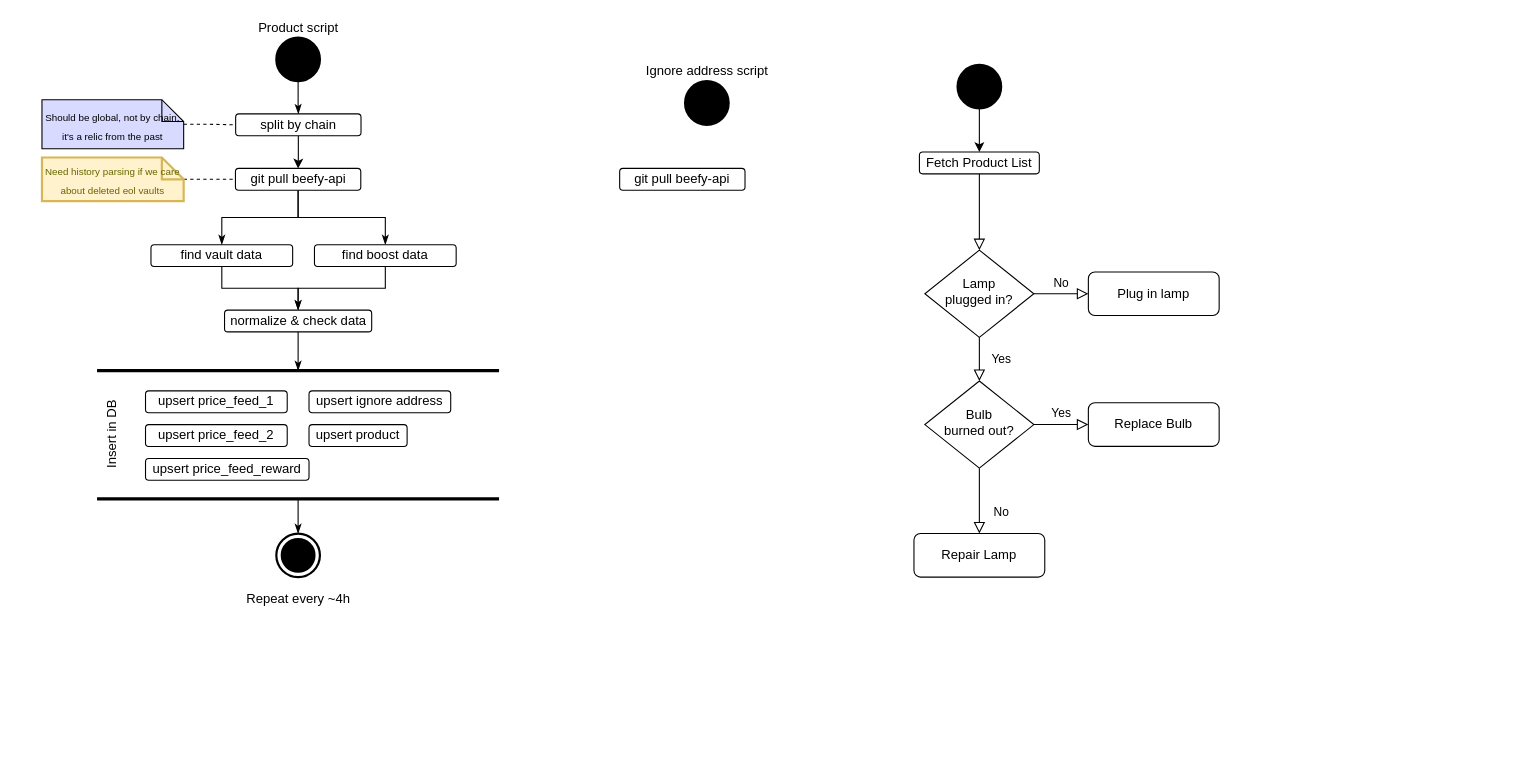
Before: Untitled Diagram.drawio in beefyfinance/beefy-bi, a draw.io diagram. Source tidied: cells renumbered, new cells numbered last; positions are measured from the earlier drawing's top-left corner, leaving out a move shared by most shapes. Both pictures are drawn from the tidied source at 109%, with x=0, y=0 at pixel (41, 37).
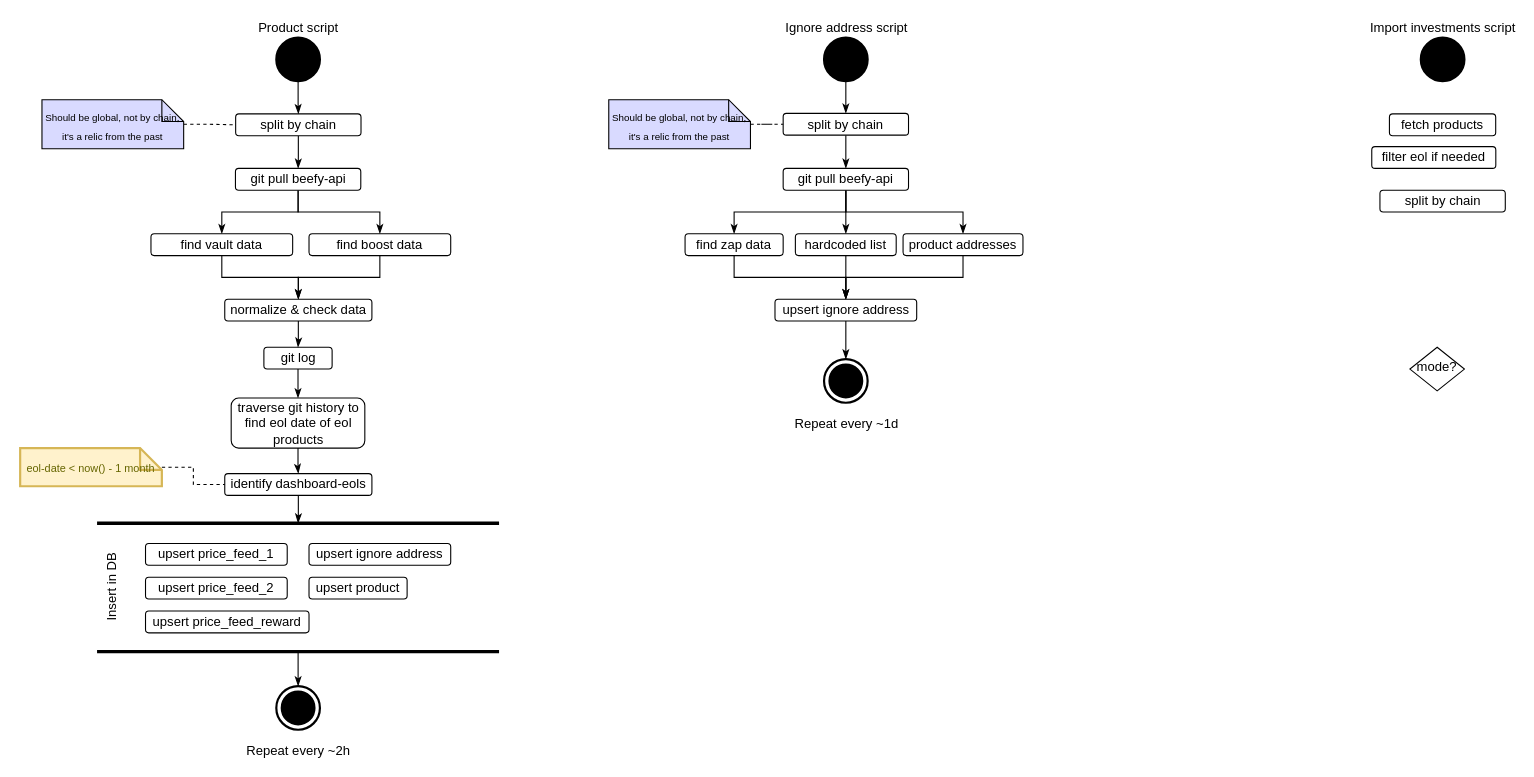
After the change.

Unchanged cells that the change refers to:
```xml
<mxCell id="20" value="git pull beefy-api" style="rounded=1;whiteSpace=wrap;html=1;fontSize=12;glass=0;strokeWidth=1;shadow=0;" parent="1" vertex="1">
  <mxGeometry x="177.5" y="120" width="115" height="20" as="geometry" />
</mxCell>
<mxCell id="41" value="split by chain" style="rounded=1;whiteSpace=wrap;html=1;fontSize=12;glass=0;strokeWidth=1;shadow=0;" parent="1" vertex="1">
  <mxGeometry x="177.7" y="70" width="115" height="20" as="geometry" />
</mxCell>
```

Change to the diagram source:
```diff
@@
-    <mxCell id="2" style="rounded=0;html=1;jettySize=auto;fontSize=11;endArrow=block;endFill=0;endSize=8;strokeWidth=1;shadow=0;labelBackgroundColor=none;edgeStyle=orthogonalEdgeStyle;" parent="1" edge="1" source="3" target="6">
-      <mxGeometry relative="1" as="geometry" />
-    </mxCell>
-    <mxCell id="3" value="Fetch Product List" style="rounded=1;whiteSpace=wrap;html=1;fontSize=12;glass=0;strokeWidth=1;shadow=0;" parent="1" vertex="1">
-      <mxGeometry x="805" y="105" width="110" height="20" as="geometry" />
-    </mxCell>
-    <mxCell id="4" value="Yes" style="rounded=0;html=1;jettySize=auto;fontSize=11;endArrow=block;endFill=0;endSize=8;strokeWidth=1;shadow=0;labelBackgroundColor=none;edgeStyle=orthogonalEdgeStyle;" parent="1" edge="1" source="6" target="10">
-      <mxGeometry y="20" relative="1" as="geometry" />
-    </mxCell>
-    <mxCell id="5" value="No" style="edgeStyle=orthogonalEdgeStyle;rounded=0;html=1;jettySize=auto;fontSize=11;endArrow=block;endFill=0;endSize=8;strokeWidth=1;shadow=0;labelBackgroundColor=none;" parent="1" edge="1" source="6" target="7">
-      <mxGeometry y="10" relative="1" as="geometry" />
-    </mxCell>
-    <mxCell id="6" value="Lamp&lt;br&gt;plugged in?" style="rhombus;whiteSpace=wrap;html=1;shadow=0;fontFamily=Helvetica;fontSize=12;align=center;strokeWidth=1;spacing=6;spacingTop=-4;" parent="1" vertex="1">
-      <mxGeometry x="810" y="195" width="100" height="80" as="geometry" />
-    </mxCell>
-    <mxCell id="7" value="Plug in lamp" style="rounded=1;whiteSpace=wrap;html=1;fontSize=12;glass=0;strokeWidth=1;shadow=0;" parent="1" vertex="1">
-      <mxGeometry x="960" y="215" width="120" height="40" as="geometry" />
-    </mxCell>
-    <mxCell id="8" value="No" style="rounded=0;html=1;jettySize=auto;fontSize=11;endArrow=block;endFill=0;endSize=8;strokeWidth=1;shadow=0;labelBackgroundColor=none;edgeStyle=orthogonalEdgeStyle;" parent="1" edge="1" source="10" target="11">
-      <mxGeometry x="0.33" y="20" relative="1" as="geometry" />
-    </mxCell>
-    <mxCell id="9" value="Yes" style="edgeStyle=orthogonalEdgeStyle;rounded=0;html=1;jettySize=auto;fontSize=11;endArrow=block;endFill=0;endSize=8;strokeWidth=1;shadow=0;labelBackgroundColor=none;" parent="1" edge="1" source="10" target="12">
-      <mxGeometry y="10" relative="1" as="geometry" />
-    </mxCell>
-    <mxCell id="10" value="Bulb&lt;br&gt;burned out?" style="rhombus;whiteSpace=wrap;html=1;shadow=0;fontFamily=Helvetica;fontSize=12;align=center;strokeWidth=1;spacing=6;spacingTop=-4;" parent="1" vertex="1">
-      <mxGeometry x="810" y="315" width="100" height="80" as="geometry" />
-    </mxCell>
-    <mxCell id="11" value="Repair Lamp" style="rounded=1;whiteSpace=wrap;html=1;fontSize=12;glass=0;strokeWidth=1;shadow=0;" parent="1" vertex="1">
-      <mxGeometry x="800" y="455" width="120" height="40" as="geometry" />
-    </mxCell>
-    <mxCell id="12" value="Replace Bulb" style="rounded=1;whiteSpace=wrap;html=1;fontSize=12;glass=0;strokeWidth=1;shadow=0;" parent="1" vertex="1">
-      <mxGeometry x="960" y="335" width="120" height="40" as="geometry" />
-    </mxCell>
-    <mxCell id="13" style="edgeStyle=orthogonalEdgeStyle;rounded=0;jettySize=auto;html=1;" parent="1" edge="1" source="14" target="3">
-      <mxGeometry relative="1" as="geometry" />
-    </mxCell>
-    <mxCell id="14" style="shape=ellipse;html=1;fillColor=strokeColor;strokeWidth=2;verticalLabelPosition=bottom;verticalAlignment=top;perimeter=ellipsePerimeter;" parent="1" vertex="1">
-      <mxGeometry x="840" y="25" width="40" height="40" as="geometry" />
-    </mxCell>
@@
     <mxCell id="17" value="upsert product" style="rounded=1;whiteSpace=wrap;html=1;fontSize=12;glass=0;strokeWidth=1;shadow=0;" parent="1" vertex="1">
-      <mxGeometry x="245" y="355.1" width="90" height="20" as="geometry" />
+      <mxGeometry x="245" y="495.1" width="90" height="20" as="geometry" />
     </mxCell>
-    <mxCell id="18" style="edgeStyle=orthogonalEdgeStyle;rounded=0;jettySize=auto;html=1;endArrow=classicThin;endFill=1;" parent="1" edge="1" source="20" target="22">
+    <mxCell id="18" style="edgeStyle=orthogonalEdgeStyle;shape=connector;rounded=0;jettySize=auto;html=1;labelBackgroundColor=default;strokeColor=default;fontFamily=Helvetica;fontSize=11;fontColor=default;endArrow=classicThin;endFill=1;" parent="1" edge="1" source="20" target="22">
       <mxGeometry relative="1" as="geometry" />
     </mxCell>
-    <mxCell id="19" style="edgeStyle=orthogonalEdgeStyle;rounded=0;jettySize=auto;html=1;endArrow=classicThin;endFill=1;" parent="1" edge="1" source="20" target="32">
+    <mxCell id="19" style="edgeStyle=orthogonalEdgeStyle;shape=connector;rounded=0;jettySize=auto;html=1;labelBackgroundColor=default;strokeColor=default;fontFamily=Helvetica;fontSize=11;fontColor=default;endArrow=classicThin;endFill=1;" parent="1" edge="1" source="20" target="32">
       <mxGeometry relative="1" as="geometry" />
     </mxCell>
@@
-    <mxCell id="21" style="edgeStyle=orthogonalEdgeStyle;rounded=0;jettySize=auto;html=1;endArrow=classicThin;endFill=1;" parent="1" edge="1" source="22" target="34">
+    <mxCell id="21" style="edgeStyle=orthogonalEdgeStyle;shape=connector;rounded=0;jettySize=auto;html=1;labelBackgroundColor=default;strokeColor=default;fontFamily=Helvetica;fontSize=11;fontColor=default;endArrow=classicThin;endFill=1;" parent="1" edge="1" source="22" target="34">
       <mxGeometry relative="1" as="geometry" />
     </mxCell>
     <mxCell id="22" value="find vault data" style="rounded=1;whiteSpace=wrap;html=1;fontSize=12;glass=0;strokeWidth=1;shadow=0;" parent="1" vertex="1">
-      <mxGeometry x="100" y="190" width="130" height="20" as="geometry" />
+      <mxGeometry x="100" y="180" width="130" height="20" as="geometry" />
     </mxCell>
     <mxCell id="23" value="upsert&amp;nbsp;price_feed_1" style="rounded=1;whiteSpace=wrap;html=1;fontSize=12;glass=0;strokeWidth=1;shadow=0;" parent="1" vertex="1">
-      <mxGeometry x="95" y="324.1" width="130" height="20" as="geometry" />
+      <mxGeometry x="95" y="464.1" width="130" height="20" as="geometry" />
     </mxCell>
-    <mxCell id="24" style="edgeStyle=orthogonalEdgeStyle;rounded=0;jettySize=auto;html=1;endArrow=none;endFill=0;dashed=1;" parent="1" edge="1" source="25" target="20">
-      <mxGeometry relative="1" as="geometry" />
-    </mxCell>
-    <mxCell id="25" value="&lt;font style=&quot;font-size: 9px;&quot;&gt;Need history parsing if we care about deleted eol vaults&lt;/font&gt;" style="shape=note;strokeWidth=2;fontSize=14;size=20;whiteSpace=wrap;html=1;fillColor=#fff2cc;strokeColor=#d6b656;fontColor=#666600;" parent="1" vertex="1">
-      <mxGeometry y="110" width="130" height="40" as="geometry" />
-    </mxCell>
@@
     <mxCell id="27" value="Insert in DB" style="html=1;shape=mxgraph.sysml.actPart;strokeWidth=3;verticalAlign=top;rotation=-90;whiteSpace=wrap;" parent="1" vertex="1">
-      <mxGeometry x="176.1" y="180" width="117.7" height="368.8" as="geometry" />
+      <mxGeometry x="176.1" y="320" width="117.7" height="368.8" as="geometry" />
     </mxCell>
     <mxCell id="28" value="upsert&amp;nbsp;price_feed_2" style="rounded=1;whiteSpace=wrap;html=1;fontSize=12;glass=0;strokeWidth=1;shadow=0;" parent="1" vertex="1">
-      <mxGeometry x="95" y="355.1" width="130" height="20" as="geometry" />
+      <mxGeometry x="95" y="495.1" width="130" height="20" as="geometry" />
     </mxCell>
     <mxCell id="29" value="upsert price_feed_reward" style="rounded=1;whiteSpace=wrap;html=1;fontSize=12;glass=0;strokeWidth=1;shadow=0;" parent="1" vertex="1">
-      <mxGeometry x="95" y="386.1" width="150" height="20" as="geometry" />
+      <mxGeometry x="95" y="526.1" width="150" height="20" as="geometry" />
     </mxCell>
     <mxCell id="30" value="upsert ignore address" style="rounded=1;whiteSpace=wrap;html=1;fontSize=12;glass=0;strokeWidth=1;shadow=0;" parent="1" vertex="1">
-      <mxGeometry x="245" y="324.1" width="130" height="20" as="geometry" />
+      <mxGeometry x="245" y="464.1" width="130" height="20" as="geometry" />
     </mxCell>
-    <mxCell id="31" style="edgeStyle=orthogonalEdgeStyle;rounded=0;jettySize=auto;html=1;endArrow=classicThin;endFill=1;" parent="1" edge="1" source="32" target="34">
+    <mxCell id="31" style="edgeStyle=orthogonalEdgeStyle;shape=connector;rounded=0;jettySize=auto;html=1;labelBackgroundColor=default;strokeColor=default;fontFamily=Helvetica;fontSize=11;fontColor=default;endArrow=classicThin;endFill=1;" parent="1" edge="1" source="32" target="34">
       <mxGeometry relative="1" as="geometry" />
     </mxCell>
     <mxCell id="32" value="find boost data" style="rounded=1;whiteSpace=wrap;html=1;fontSize=12;glass=0;strokeWidth=1;shadow=0;" parent="1" vertex="1">
-      <mxGeometry x="250" y="190" width="130" height="20" as="geometry" />
+      <mxGeometry x="245" y="180" width="130" height="20" as="geometry" />
     </mxCell>
-    <mxCell id="33" style="edgeStyle=orthogonalEdgeStyle;rounded=0;jettySize=auto;html=1;endArrow=classicThin;endFill=1;" parent="1" edge="1" source="34" target="27">
+    <mxCell id="33" style="edgeStyle=orthogonalEdgeStyle;rounded=0;jettySize=auto;html=1;endArrow=classicThin;endFill=1;" parent="1" edge="1" source="70" target="65">
       <mxGeometry relative="1" as="geometry" />
     </mxCell>
-    <mxCell id="34" value="normalize &amp;amp; check data" style="rounded=1;whiteSpace=wrap;html=1;fontSize=12;glass=0;strokeWidth=1;shadow=0;" parent="1" vertex="1">
-      <mxGeometry x="167.5" y="250" width="135" height="20" as="geometry" />
-    </mxCell>
-    <mxCell id="35" value="Repeat every ~4h" style="html=1;shape=mxgraph.sysml.actFinal;strokeWidth=2;verticalLabelPosition=bottom;verticalAlignment=top;" parent="1" vertex="1">
-      <mxGeometry x="215" y="455" width="40" height="40" as="geometry" />
+    <mxCell id="35" value="Repeat every ~2h" style="html=1;shape=mxgraph.sysml.actFinal;strokeWidth=2;verticalLabelPosition=bottom;verticalAlignment=top;" parent="1" vertex="1">
+      <mxGeometry x="215" y="595" width="40" height="40" as="geometry" />
     </mxCell>
+    <mxCell id="42" style="edgeStyle=orthogonalEdgeStyle;rounded=0;jettySize=auto;html=1;endArrow=classicThin;endFill=1;" parent="1" edge="1" source="36" target="47">
+      <mxGeometry relative="1" as="geometry" />
+    </mxCell>
     <mxCell id="36" value="Ignore address script" style="shape=ellipse;html=1;fillColor=strokeColor;strokeWidth=2;verticalLabelPosition=top;verticalAlignment=top;perimeter=ellipsePerimeter;labelPosition=center;align=center;verticalAlign=bottom;" parent="1" vertex="1">
-      <mxGeometry x="590" y="40" width="40" height="40" as="geometry" />
+      <mxGeometry x="717.5" width="40" height="40" as="geometry" />
     </mxCell>
+    <mxCell id="43" style="edgeStyle=orthogonalEdgeStyle;shape=connector;rounded=0;jettySize=auto;html=1;labelBackgroundColor=default;strokeColor=default;fontFamily=Helvetica;fontSize=11;fontColor=default;endArrow=classicThin;endFill=1;" parent="1" edge="1" source="37" target="51">
+      <mxGeometry relative="1" as="geometry" />
+    </mxCell>
+    <mxCell id="44" style="edgeStyle=orthogonalEdgeStyle;shape=connector;rounded=0;jettySize=auto;html=1;labelBackgroundColor=default;strokeColor=default;fontFamily=Helvetica;fontSize=11;fontColor=default;endArrow=classicThin;endFill=1;" parent="1" edge="1" source="37" target="53">
+      <mxGeometry relative="1" as="geometry" />
+    </mxCell>
+    <mxCell id="45" style="edgeStyle=orthogonalEdgeStyle;shape=connector;rounded=0;jettySize=auto;html=1;labelBackgroundColor=default;strokeColor=default;fontFamily=Helvetica;fontSize=11;fontColor=default;endArrow=classicThin;endFill=1;" parent="1" edge="1" source="37" target="55">
+      <mxGeometry relative="1" as="geometry" />
+    </mxCell>
     <mxCell id="37" value="git pull beefy-api" style="rounded=1;whiteSpace=wrap;html=1;fontSize=12;glass=0;strokeWidth=1;shadow=0;" parent="1" vertex="1">
-      <mxGeometry x="530" y="120" width="115" height="20" as="geometry" />
+      <mxGeometry x="680" y="120" width="115" height="20" as="geometry" />
     </mxCell>
@@
-    <mxCell id="40" style="edgeStyle=orthogonalEdgeStyle;rounded=0;jettySize=auto;html=1;" parent="1" edge="1" source="41" target="20">
+    <mxCell id="40" style="edgeStyle=orthogonalEdgeStyle;rounded=0;jettySize=auto;html=1;endArrow=classicThin;endFill=1;" parent="1" edge="1" source="41" target="20">
       <mxGeometry relative="1" as="geometry" />
     </mxCell>
@@
+    <mxCell id="46" style="edgeStyle=orthogonalEdgeStyle;rounded=0;jettySize=auto;html=1;endArrow=classicThin;endFill=1;" parent="1" edge="1" source="47" target="37">
+      <mxGeometry relative="1" as="geometry" />
+    </mxCell>
+    <mxCell id="47" value="split by chain" style="rounded=1;whiteSpace=wrap;html=1;fontSize=12;glass=0;strokeWidth=1;shadow=0;" parent="1" vertex="1">
+      <mxGeometry x="680" y="69.5" width="115" height="20" as="geometry" />
+    </mxCell>
+    <mxCell id="48" style="edgeStyle=orthogonalEdgeStyle;rounded=0;jettySize=auto;html=1;endArrow=none;endFill=0;dashed=1;" parent="1" edge="1" source="49" target="47">
+      <mxGeometry relative="1" as="geometry" />
+    </mxCell>
+    <mxCell id="49" value="&lt;font style=&quot;font-size: 9px;&quot;&gt;Should be global, not by chain, it's a relic from the past&lt;/font&gt;" style="shape=note;strokeWidth=1;fontSize=14;size=20;whiteSpace=wrap;html=1;fillColor=#D9DAFF;strokeColor=default;fontColor=#000000;gradientColor=none;" parent="1" vertex="1">
+      <mxGeometry x="520" y="57" width="130" height="45" as="geometry" />
+    </mxCell>
+    <mxCell id="50" style="edgeStyle=orthogonalEdgeStyle;shape=connector;rounded=0;jettySize=auto;html=1;labelBackgroundColor=default;strokeColor=default;fontFamily=Helvetica;fontSize=11;fontColor=default;endArrow=classicThin;endFill=1;" parent="1" edge="1" source="51" target="57">
+      <mxGeometry relative="1" as="geometry" />
+    </mxCell>
+    <mxCell id="51" value="find zap data" style="rounded=1;whiteSpace=wrap;html=1;fontSize=12;glass=0;strokeWidth=1;shadow=0;" parent="1" vertex="1">
+      <mxGeometry x="590" y="180" width="90" height="20" as="geometry" />
+    </mxCell>
+    <mxCell id="52" style="edgeStyle=orthogonalEdgeStyle;shape=connector;rounded=0;jettySize=auto;html=1;labelBackgroundColor=default;strokeColor=default;fontFamily=Helvetica;fontSize=11;fontColor=default;endArrow=classicThin;endFill=1;" parent="1" edge="1" source="53" target="57">
+      <mxGeometry relative="1" as="geometry" />
+    </mxCell>
+    <mxCell id="53" value="hardcoded list" style="rounded=1;whiteSpace=wrap;html=1;fontSize=12;glass=0;strokeWidth=1;shadow=0;" parent="1" vertex="1">
+      <mxGeometry x="691.2" y="180" width="92.5" height="20" as="geometry" />
+    </mxCell>
+    <mxCell id="54" style="edgeStyle=orthogonalEdgeStyle;shape=connector;rounded=0;jettySize=auto;html=1;labelBackgroundColor=default;strokeColor=default;fontFamily=Helvetica;fontSize=11;fontColor=default;endArrow=classicThin;endFill=1;" parent="1" edge="1" source="55" target="57">
+      <mxGeometry relative="1" as="geometry" />
+    </mxCell>
+    <mxCell id="55" value="product addresses" style="rounded=1;whiteSpace=wrap;html=1;fontSize=12;glass=0;strokeWidth=1;shadow=0;" parent="1" vertex="1">
+      <mxGeometry x="790" y="180" width="110" height="20" as="geometry" />
+    </mxCell>
+    <mxCell id="56" style="edgeStyle=orthogonalEdgeStyle;shape=connector;rounded=0;jettySize=auto;html=1;labelBackgroundColor=default;strokeColor=default;fontFamily=Helvetica;fontSize=11;fontColor=default;endArrow=classicThin;endFill=1;" parent="1" edge="1" source="57" target="58">
+      <mxGeometry relative="1" as="geometry" />
+    </mxCell>
+    <mxCell id="57" value="upsert ignore address" style="rounded=1;whiteSpace=wrap;html=1;fontSize=12;glass=0;strokeWidth=1;shadow=0;" parent="1" vertex="1">
+      <mxGeometry x="672.5" y="240" width="130" height="20" as="geometry" />
+    </mxCell>
+    <mxCell id="58" value="Repeat every ~1d" style="html=1;shape=mxgraph.sysml.actFinal;strokeWidth=2;verticalLabelPosition=bottom;verticalAlignment=top;" parent="1" vertex="1">
+      <mxGeometry x="717.5" y="295" width="40" height="40" as="geometry" />
+    </mxCell>
+    <mxCell id="59" value="Import investments script" style="shape=ellipse;html=1;fillColor=strokeColor;strokeWidth=2;verticalLabelPosition=top;verticalAlignment=top;perimeter=ellipsePerimeter;labelPosition=center;align=center;verticalAlign=bottom;" parent="1" vertex="1">
+      <mxGeometry x="1265" width="40" height="40" as="geometry" />
+    </mxCell>
+    <mxCell id="60" value="mode?" style="rhombus;whiteSpace=wrap;html=1;shadow=0;fontFamily=Helvetica;fontSize=12;align=center;strokeWidth=1;spacing=6;spacingTop=-4;" parent="1" vertex="1">
+      <mxGeometry x="1255" y="284.1" width="50" height="40" as="geometry" />
+    </mxCell>
+    <mxCell id="61" value="fetch products" style="rounded=1;whiteSpace=wrap;html=1;fontSize=12;glass=0;strokeWidth=1;shadow=0;" parent="1" vertex="1">
+      <mxGeometry x="1236.2" y="70" width="97.5" height="20" as="geometry" />
+    </mxCell>
+    <mxCell id="62" value="split by chain" style="rounded=1;whiteSpace=wrap;html=1;fontSize=12;glass=0;strokeWidth=1;shadow=0;" parent="1" vertex="1">
+      <mxGeometry x="1227.5" y="140" width="115" height="20" as="geometry" />
+    </mxCell>
+    <mxCell id="63" value="filter eol if needed" style="rounded=1;whiteSpace=wrap;html=1;fontSize=12;glass=0;strokeWidth=1;shadow=0;" parent="1" vertex="1">
+      <mxGeometry x="1220" y="100" width="113.8" height="20" as="geometry" />
+    </mxCell>
+    <mxCell id="64" style="edgeStyle=orthogonalEdgeStyle;shape=connector;rounded=0;jettySize=auto;html=1;labelBackgroundColor=default;strokeColor=default;fontFamily=Helvetica;fontSize=11;fontColor=default;endArrow=classicThin;endFill=1;" parent="1" edge="1" source="65" target="27">
+      <mxGeometry relative="1" as="geometry" />
+    </mxCell>
+    <mxCell id="65" value="identify dashboard-eols" style="rounded=1;whiteSpace=wrap;html=1;fontSize=12;glass=0;strokeWidth=1;shadow=0;" parent="1" vertex="1">
+      <mxGeometry x="167.7" y="400" width="135" height="20" as="geometry" />
+    </mxCell>
+    <mxCell id="66" style="edgeStyle=orthogonalEdgeStyle;shape=connector;rounded=0;jettySize=auto;html=1;labelBackgroundColor=default;strokeColor=default;fontFamily=Helvetica;fontSize=11;fontColor=default;endArrow=none;endFill=0;dashed=1;" parent="1" edge="1" source="67" target="65">
+      <mxGeometry relative="1" as="geometry" />
+    </mxCell>
+    <mxCell id="67" value="&lt;font size=&quot;1&quot;&gt;eol-date &amp;lt; now() - 1 month&lt;/font&gt;" style="shape=note;strokeWidth=2;fontSize=14;size=20;whiteSpace=wrap;html=1;fillColor=#fff2cc;strokeColor=#d6b656;fontColor=#666600;" parent="1" vertex="1">
+      <mxGeometry x="-20" y="376.6" width="130" height="35" as="geometry" />
+    </mxCell>
+    <mxCell id="68" style="edgeStyle=orthogonalEdgeStyle;shape=connector;rounded=0;jettySize=auto;html=1;labelBackgroundColor=default;strokeColor=default;fontFamily=Helvetica;fontSize=11;fontColor=default;endArrow=classicThin;endFill=1;" parent="1" edge="1" source="69" target="70">
+      <mxGeometry relative="1" as="geometry" />
+    </mxCell>
+    <mxCell id="69" value="git log" style="rounded=1;whiteSpace=wrap;html=1;fontSize=12;glass=0;strokeWidth=1;shadow=0;" parent="1" vertex="1">
+      <mxGeometry x="203.6" y="284.1" width="62.6" height="20" as="geometry" />
+    </mxCell>
+    <mxCell id="70" value="traverse git history to find eol date of eol products" style="rounded=1;whiteSpace=wrap;html=1;fontSize=12;glass=0;strokeWidth=1;shadow=0;" parent="1" vertex="1">
+      <mxGeometry x="173.6" y="330.7" width="122.6" height="45.9" as="geometry" />
+    </mxCell>
+    <mxCell id="71" style="edgeStyle=orthogonalEdgeStyle;shape=connector;rounded=0;jettySize=auto;html=1;labelBackgroundColor=default;strokeColor=default;fontFamily=Helvetica;fontSize=11;fontColor=default;endArrow=classicThin;endFill=1;" parent="1" edge="1" source="34" target="69">
+      <mxGeometry relative="1" as="geometry" />
+    </mxCell>
+    <mxCell id="34" value="normalize &amp;amp; check data" style="rounded=1;whiteSpace=wrap;html=1;fontSize=12;glass=0;strokeWidth=1;shadow=0;" parent="1" vertex="1">
+      <mxGeometry x="167.7" y="240" width="135" height="20" as="geometry" />
+    </mxCell>
```
